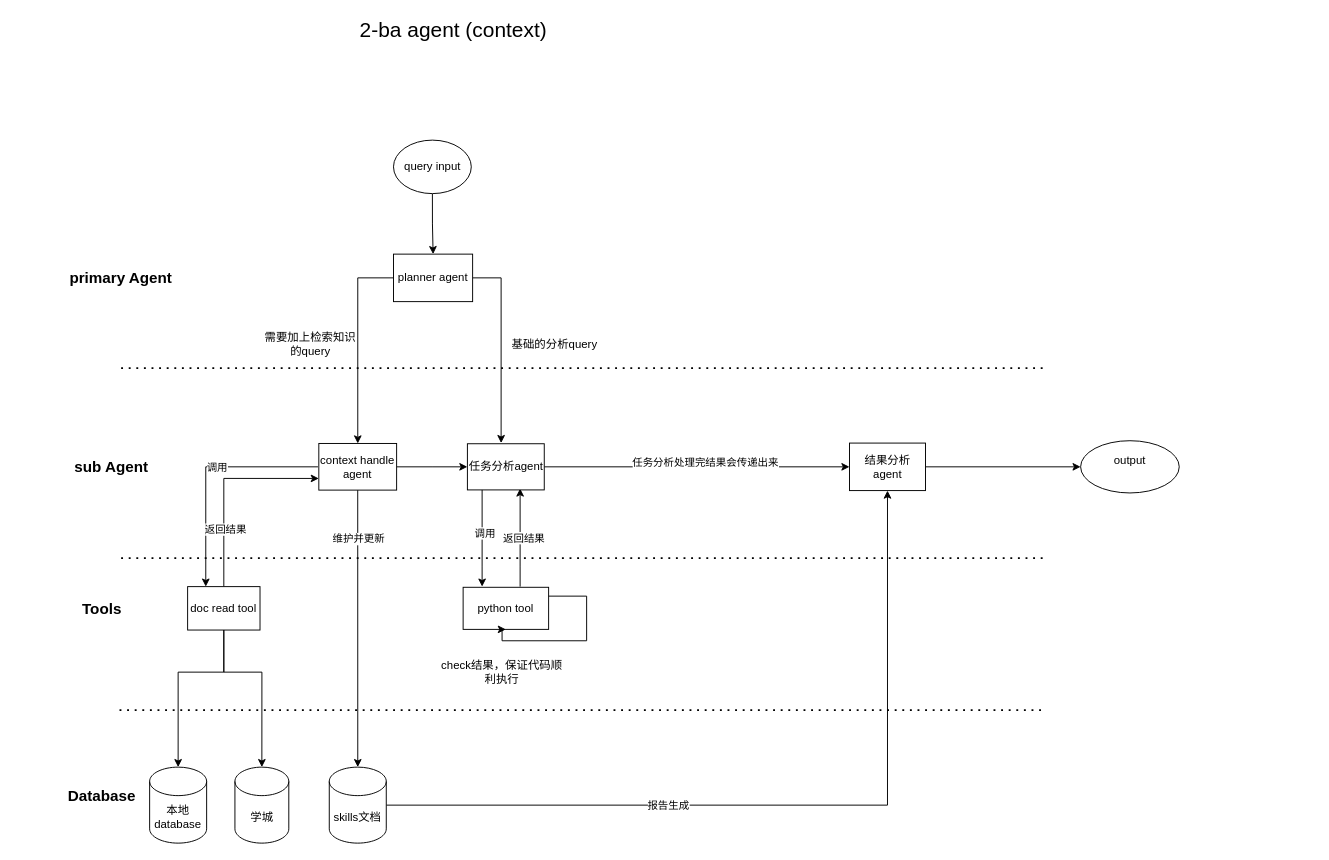
This is page "第 2 页" (2 of 3) of 未命名绘图.drawio from lijinxuan1101/auto-ba-agent, a draw.io file, before an edit. Source tidied: cells renumbered, new cells numbered last; positions are measured from the earlier drawing's top-left corner, leaving out a move shared by most shapes. Both pictures are drawn from the tidied source at 95%, with x=0, y=0 at pixel (35, 16).
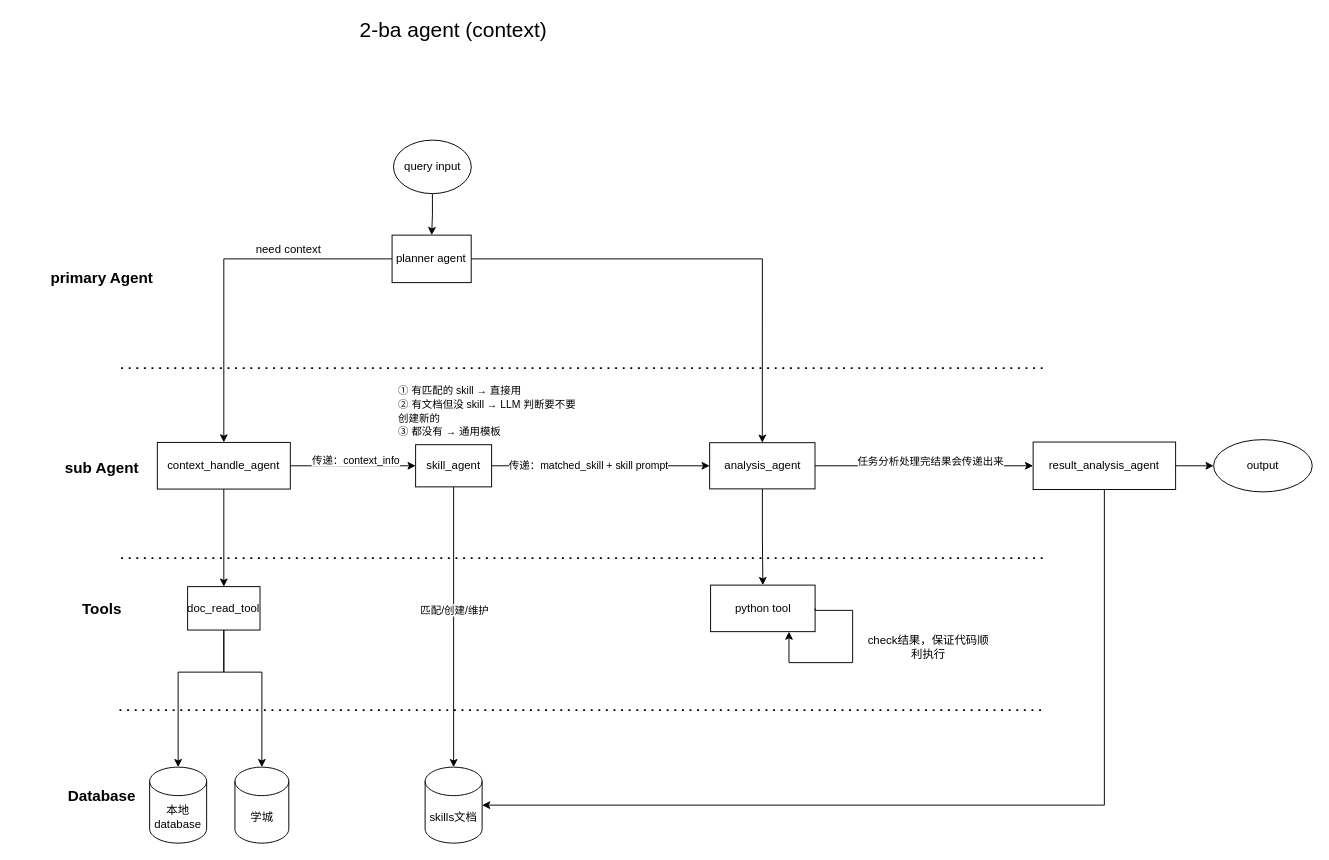
Above is the later version.

Commit message:
更新未命名绘图.drawio

What changed in the source:
```diff
@@
-    <mxCell id="4" style="edgeStyle=orthogonalEdgeStyle;rounded=0;orthogonalLoop=1;jettySize=auto;html=1;" parent="1" edge="1">
-      <mxGeometry relative="1" as="geometry">
-        <mxPoint x="510" y="600" as="sourcePoint" />
-        <mxPoint x="510" y="496.7" as="targetPoint" />
-        <Array as="points">
-          <mxPoint x="509.9" y="579.3" />
-          <mxPoint x="509.9" y="579.3" />
-        </Array>
-      </mxGeometry>
-    </mxCell>
-    <mxCell id="5" value="返回结果" style="edgeLabel;html=1;align=center;verticalAlign=middle;" parent="4" vertex="1">
-      <mxGeometry x="0.01" y="-3" relative="1" as="geometry" />
-    </mxCell>
     <mxCell id="6" value="python tool" style="rounded=0;whiteSpace=wrap;html=1;labelBackgroundColor=none;" parent="1" vertex="1">
-      <mxGeometry x="450" y="600.7" width="90" height="44.3" as="geometry" />
+      <mxGeometry x="710.5" y="598.4" width="110" height="49" as="geometry" />
     </mxCell>
     <mxCell id="7" value="check结果，保证代码顺利执行" style="text;html=1;whiteSpace=wrap;strokeColor=none;fillColor=none;align=center;verticalAlign=middle;rounded=0;labelBackgroundColor=none;" parent="1" vertex="1">
-      <mxGeometry x="420.5" y="675" width="140" height="30" as="geometry" />
+      <mxGeometry x="870" y="649" width="140" height="30" as="geometry" />
     </mxCell>
@@
-    <mxCell id="9" value="结果分析agent" style="rounded=0;whiteSpace=wrap;html=1;labelBackgroundColor=none;" parent="1" vertex="1">
-      <mxGeometry x="856.7" y="448.9" width="80" height="50" as="geometry" />
+    <mxCell id="9" value="result_analysis_&lt;span style=&quot;background-color: transparent; color: light-dark(rgb(0, 0, 0), rgb(255, 255, 255));&quot;&gt;agent&lt;/span&gt;" style="rounded=0;whiteSpace=wrap;html=1;labelBackgroundColor=none;" parent="1" vertex="1">
+      <mxGeometry x="1050" y="447.8" width="150" height="50" as="geometry" />
     </mxCell>
-    <mxCell id="10" value="output&lt;div&gt;&lt;br&gt;&lt;/div&gt;" style="ellipse;whiteSpace=wrap;html=1;rounded=0;labelBackgroundColor=none;" parent="1" vertex="1">
-      <mxGeometry x="1100" y="446.4" width="103.8" height="55" as="geometry" />
+    <mxCell id="10" value="output" style="ellipse;whiteSpace=wrap;html=1;rounded=0;labelBackgroundColor=none;" parent="1" vertex="1">
+      <mxGeometry x="1240" y="445.3" width="103.8" height="55" as="geometry" />
     </mxCell>
@@
-    <mxCell id="12" style="edgeStyle=orthogonalEdgeStyle;rounded=0;orthogonalLoop=1;jettySize=auto;html=1;labelBackgroundColor=none;fontColor=default;" parent="1" edge="1">
-      <mxGeometry relative="1" as="geometry">
-        <mxPoint x="297.2" y="473.9" as="sourcePoint" />
-        <mxPoint x="179.1" y="600" as="targetPoint" />
-        <Array as="points">
-          <mxPoint x="179" y="474" />
-        </Array>
-      </mxGeometry>
-    </mxCell>
-    <mxCell id="13" value="调用" style="edgeLabel;html=1;align=center;verticalAlign=middle;" parent="12" vertex="1">
-      <mxGeometry x="-0.12" y="1" relative="1" as="geometry" />
-    </mxCell>
-    <mxCell id="14" style="edgeStyle=orthogonalEdgeStyle;rounded=0;jettySize=auto;html=1;labelBackgroundColor=none;fontColor=default;" parent="1" edge="1" source="17" target="37">
+    <mxCell id="14" style="edgeStyle=orthogonalEdgeStyle;rounded=0;jettySize=auto;html=1;labelBackgroundColor=none;fontColor=default;" parent="1" edge="1" source="53" target="37">
       <mxGeometry relative="1" as="geometry" />
     </mxCell>
-    <mxCell id="15" style="edgeStyle=orthogonalEdgeStyle;rounded=0;jettySize=auto;html=1;entryX=0.5;entryY=0;entryDx=0;entryDy=0;entryPerimeter=0;exitX=0.5;exitY=1;exitDx=0;exitDy=0;" parent="1" edge="1" source="17" target="32">
-      <mxGeometry relative="1" as="geometry" />
-    </mxCell>
-    <mxCell id="16" value="维护并更新" style="edgeLabel;html=1;align=center;verticalAlign=middle;" parent="15" vertex="1">
-      <mxGeometry x="-0.65" relative="1" as="geometry" />
-    </mxCell>
+    <mxCell id="46" value="传递：matched_skill + skill prompt" style="edgeLabel;html=1;align=center;verticalAlign=middle;" parent="14" vertex="1">
+      <mxGeometry x="0.06" y="4" relative="1" as="geometry">
+        <mxPoint x="-21" y="4" as="offset" />
+      </mxGeometry>
+    </mxCell>
+    <mxCell id="47" style="edgeStyle=orthogonalEdgeStyle;rounded=0;jettySize=auto;html=1;" parent="1" edge="1" source="17" target="21">
+      <mxGeometry relative="1" as="geometry" />
+    </mxCell>
-    <mxCell id="17" value="context handle agent" style="rounded=0;whiteSpace=wrap;html=1;labelBackgroundColor=none;" parent="1" vertex="1">
-      <mxGeometry x="298.1" y="449.3" width="81.9" height="49.1" as="geometry" />
+    <mxCell id="17" value="context_handle_agent" style="rounded=0;whiteSpace=wrap;html=1;labelBackgroundColor=none;" parent="1" vertex="1">
+      <mxGeometry x="128.1" y="448.2" width="140" height="49.1" as="geometry" />
     </mxCell>
@@
-    <mxCell id="19" style="edgeStyle=orthogonalEdgeStyle;rounded=0;jettySize=auto;html=1;entryX=0;entryY=0.75;entryDx=0;entryDy=0;exitX=0.5;exitY=0;exitDx=0;exitDy=0;" parent="1" edge="1" source="21" target="17">
-      <mxGeometry relative="1" as="geometry" />
-    </mxCell>
-    <mxCell id="20" value="返回结果" style="edgeLabel;html=1;align=center;verticalAlign=middle;" parent="19" vertex="1">
-      <mxGeometry x="-0.43" y="-1" relative="1" as="geometry" />
-    </mxCell>
-    <mxCell id="21" value="doc read tool" style="rounded=0;whiteSpace=wrap;html=1;labelBackgroundColor=none;" parent="1" vertex="1">
+    <mxCell id="21" value="doc_read_tool" style="rounded=0;whiteSpace=wrap;html=1;labelBackgroundColor=none;" parent="1" vertex="1">
       <mxGeometry x="160" y="600" width="76.2" height="45.7" as="geometry" />
     </mxCell>
@@
-    <mxCell id="25" style="edgeStyle=orthogonalEdgeStyle;rounded=0;jettySize=auto;html=1;entryX=0;entryY=0.5;entryDx=0;entryDy=0;labelBackgroundColor=none;fontColor=default;" parent="1" edge="1" source="27">
+    <mxCell id="25" style="edgeStyle=orthogonalEdgeStyle;rounded=0;jettySize=auto;html=1;entryX=0.5;entryY=0;entryDx=0;entryDy=0;labelBackgroundColor=none;fontColor=default;" parent="1" edge="1" source="27" target="37">
       <mxGeometry relative="1" as="geometry">
-        <mxPoint x="490" y="448.9" as="targetPoint" />
         <Array as="points">
-          <mxPoint x="490" y="275" />
+          <mxPoint x="765" y="255" />
         </Array>
       </mxGeometry>
     </mxCell>
@@
     <mxCell id="27" value="planner agent" style="rounded=0;whiteSpace=wrap;html=1;labelBackgroundColor=none;" parent="1" vertex="1">
-      <mxGeometry x="376.7" y="250" width="83.3" height="50" as="geometry" />
+      <mxGeometry x="375.2" y="230" width="83.3" height="50" as="geometry" />
     </mxCell>
-    <mxCell id="28" value="需要加上检索知识的query" style="text;html=1;whiteSpace=wrap;strokeColor=none;fillColor=none;align=center;verticalAlign=middle;rounded=0;labelBackgroundColor=none;" parent="1" vertex="1">
-      <mxGeometry x="236.2" y="330" width="106.7" height="30" as="geometry" />
+    <mxCell id="28" value="need context" style="text;html=1;whiteSpace=wrap;strokeColor=none;fillColor=none;align=center;verticalAlign=middle;rounded=0;labelBackgroundColor=none;" parent="1" vertex="1">
+      <mxGeometry x="213" y="230" width="106.7" height="30" as="geometry" />
     </mxCell>
-    <mxCell id="29" value="基础的分析query" style="text;html=1;whiteSpace=wrap;strokeColor=none;fillColor=none;align=center;verticalAlign=middle;rounded=0;labelBackgroundColor=none;" parent="1" vertex="1">
-      <mxGeometry x="493" y="330" width="106.7" height="30" as="geometry" />
-    </mxCell>
-    <mxCell id="30" style="edgeStyle=orthogonalEdgeStyle;rounded=0;jettySize=auto;html=1;" parent="1" edge="1" source="32" target="9">
-      <mxGeometry relative="1" as="geometry" />
-    </mxCell>
-    <mxCell id="31" value="报告生成" style="edgeLabel;html=1;align=center;verticalAlign=middle;" parent="30" vertex="1">
-      <mxGeometry x="-0.31" relative="1" as="geometry" />
-    </mxCell>
     <mxCell id="32" value="skills文档" style="shape=cylinder3;whiteSpace=wrap;html=1;boundedLbl=1;backgroundOutline=1;size=15;" parent="1" vertex="1">
-      <mxGeometry x="309.1" y="790" width="60" height="80" as="geometry" />
+      <mxGeometry x="410" y="790" width="60" height="80" as="geometry" />
     </mxCell>
@@
-    <mxCell id="35" style="edgeStyle=orthogonalEdgeStyle;rounded=0;orthogonalLoop=1;jettySize=auto;html=1;" parent="1" edge="1">
-      <mxGeometry relative="1" as="geometry">
-        <mxPoint x="470" y="496.7" as="sourcePoint" />
-        <mxPoint x="470" y="600" as="targetPoint" />
-        <Array as="points">
-          <mxPoint x="470" y="579.3" />
-          <mxPoint x="470" y="579.3" />
-        </Array>
-      </mxGeometry>
-    </mxCell>
-    <mxCell id="36" value="调用" style="edgeLabel;html=1;align=center;verticalAlign=middle;" parent="35" vertex="1">
-      <mxGeometry x="-0.09" y="2" relative="1" as="geometry" />
-    </mxCell>
+    <mxCell id="48" style="edgeStyle=orthogonalEdgeStyle;rounded=0;jettySize=auto;html=1;" parent="1" edge="1" source="37" target="6">
+      <mxGeometry relative="1" as="geometry" />
+    </mxCell>
-    <mxCell id="37" value="任务分析agent" style="rounded=0;whiteSpace=wrap;html=1;labelBackgroundColor=none;" parent="1" vertex="1">
-      <mxGeometry x="454.5" y="449.6" width="80.9" height="48.6" as="geometry" />
+    <mxCell id="37" value="analysis_&lt;span style=&quot;background-color: transparent; color: light-dark(rgb(0, 0, 0), rgb(255, 255, 255));&quot;&gt;agent&lt;/span&gt;" style="rounded=0;whiteSpace=wrap;html=1;labelBackgroundColor=none;" parent="1" vertex="1">
+      <mxGeometry x="709.5" y="448.5" width="110.9" height="48.6" as="geometry" />
     </mxCell>
-    <mxCell id="38" style="edgeStyle=orthogonalEdgeStyle;rounded=0;orthogonalLoop=1;jettySize=auto;html=1;entryX=0.5;entryY=1;entryDx=0;entryDy=0;" parent="1" edge="1" source="6" target="6">
-      <mxGeometry relative="1" as="geometry">
-        <Array as="points">
-          <mxPoint x="580" y="610" />
-          <mxPoint x="580" y="657" />
-          <mxPoint x="491" y="657" />
-        </Array>
-      </mxGeometry>
-    </mxCell>
@@
     <mxCell id="41" value="&lt;b style=&quot;background-color: light-dark(#ffffff, var(--ge-dark-color, #121212));&quot;&gt;sub Agent&lt;/b&gt;" style="text;html=1;whiteSpace=wrap;strokeColor=none;fillColor=none;align=center;verticalAlign=middle;rounded=0;shadow=0;fontSize=16;" parent="1" vertex="1">
-      <mxGeometry x="40" y="458.9" width="80" height="30" as="geometry" />
+      <mxGeometry x="30" y="460" width="80" height="30" as="geometry" />
     </mxCell>
@@
     <mxCell id="45" value="&lt;b style=&quot;background-color: light-dark(#ffffff, var(--ge-dark-color, #121212));&quot;&gt;primary Agent&lt;/b&gt;" style="text;html=1;whiteSpace=wrap;strokeColor=none;fillColor=none;align=center;verticalAlign=middle;rounded=0;shadow=0;fontSize=16;" parent="1" vertex="1">
-      <mxGeometry y="260" width="180" height="30" as="geometry" />
+      <mxGeometry x="-20" y="260" width="180" height="30" as="geometry" />
     </mxCell>
+    <mxCell id="49" style="edgeStyle=orthogonalEdgeStyle;rounded=0;jettySize=auto;html=1;labelBackgroundColor=none;fontColor=default;" parent="1" edge="1" source="17" target="53">
+      <mxGeometry relative="1" as="geometry" />
+    </mxCell>
+    <mxCell id="50" value="传递：context_info" style="edgeLabel;html=1;align=center;verticalAlign=middle;" parent="49" vertex="1">
+      <mxGeometry x="-0.39" y="-2" relative="1" as="geometry">
+        <mxPoint x="28" y="-8" as="offset" />
+      </mxGeometry>
+    </mxCell>
+    <mxCell id="51" style="edgeStyle=orthogonalEdgeStyle;rounded=0;jettySize=auto;html=1;" parent="1" edge="1" source="53" target="32">
+      <mxGeometry relative="1" as="geometry" />
+    </mxCell>
+    <mxCell id="52" value="匹配/创建/维护" style="edgeLabel;html=1;align=center;verticalAlign=middle;" parent="51" vertex="1">
+      <mxGeometry x="-0.29" y="-1" relative="1" as="geometry">
+        <mxPoint x="1" y="24" as="offset" />
+      </mxGeometry>
+    </mxCell>
+    <mxCell id="53" value="skill_agent" style="rounded=0;whiteSpace=wrap;html=1;labelBackgroundColor=none;" parent="1" vertex="1">
+      <mxGeometry x="400" y="450.6" width="80" height="44.4" as="geometry" />
+    </mxCell>
+    <mxCell id="54" value="&lt;div&gt;&lt;font style=&quot;font-size: 11px;&quot;&gt;① 有匹配的 skill → 直接用&lt;/font&gt;&lt;/div&gt;&lt;div&gt;&lt;span style=&quot;background-color: transparent; color: light-dark(rgb(0, 0, 0), rgb(255, 255, 255));&quot;&gt;&lt;font style=&quot;font-size: 11px;&quot;&gt;② 有文档但没 skill → LLM 判断要不要创建新的&lt;/font&gt;&lt;/span&gt;&lt;/div&gt;&lt;div&gt;&lt;span style=&quot;background-color: transparent; color: light-dark(rgb(0, 0, 0), rgb(255, 255, 255));&quot;&gt;&lt;font style=&quot;font-size: 11px;&quot;&gt;③ 都没有 → 通用模板&lt;/font&gt;&lt;/span&gt;&lt;/div&gt;" style="text;html=1;whiteSpace=wrap;strokeColor=none;fillColor=none;align=left;verticalAlign=middle;rounded=0;" parent="1" vertex="1">
+      <mxGeometry x="380" y="400" width="199" height="30" as="geometry" />
+    </mxCell>
+    <mxCell id="38" style="edgeStyle=orthogonalEdgeStyle;rounded=0;orthogonalLoop=1;jettySize=auto;html=1;entryX=0.75;entryY=1;entryDx=0;entryDy=0;exitX=1;exitY=0.5;exitDx=0;exitDy=0;" parent="1" edge="1" source="6" target="6">
+      <mxGeometry relative="1" as="geometry">
+        <Array as="points">
+          <mxPoint x="860" y="625" />
+          <mxPoint x="860" y="680" />
+          <mxPoint x="793" y="680" />
+        </Array>
+      </mxGeometry>
+    </mxCell>
+    <mxCell id="55" style="edgeStyle=orthogonalEdgeStyle;rounded=0;jettySize=auto;html=1;entryX=1;entryY=0.5;entryDx=0;entryDy=0;entryPerimeter=0;" parent="1" edge="1" source="9" target="32">
+      <mxGeometry relative="1" as="geometry">
+        <Array as="points">
+          <mxPoint x="1125" y="830" />
+        </Array>
+      </mxGeometry>
+    </mxCell>
```
